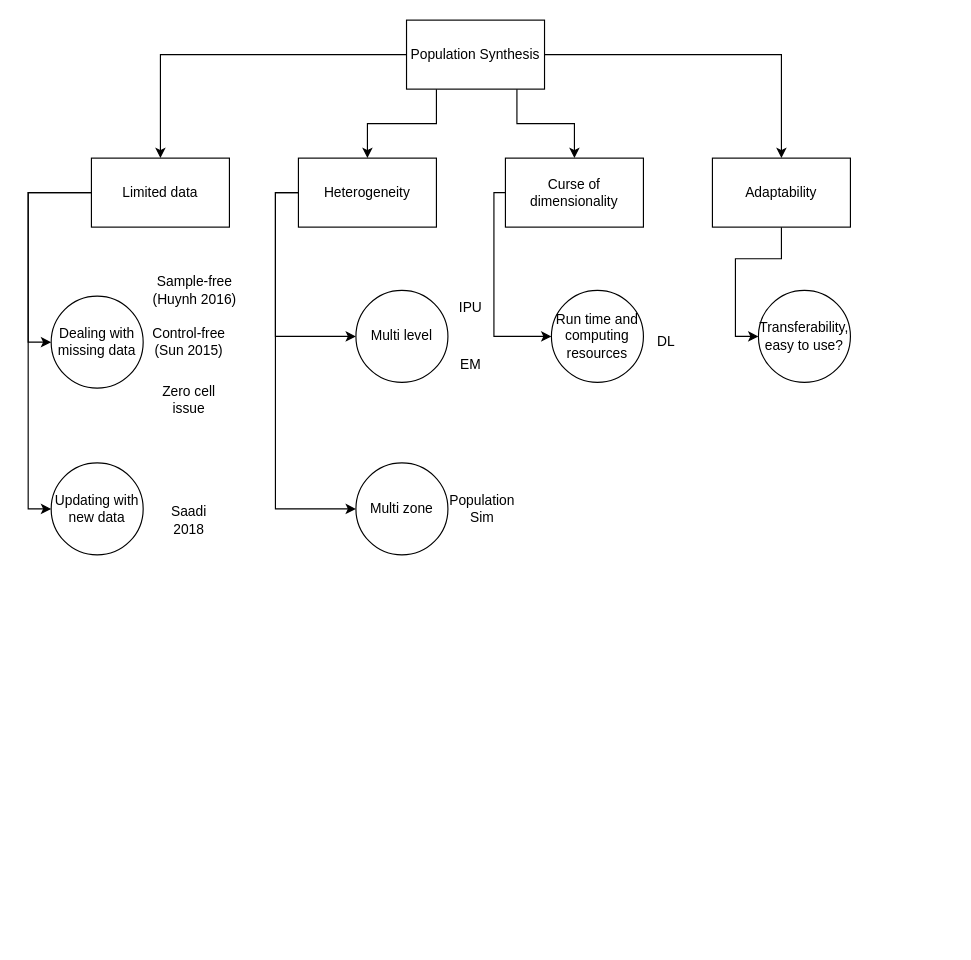
Earlier version of the draw.io diagram simple_BN_learn/Untitled Diagram.drawio (bobkatla/PopSyn_Monash). Source tidied: cells renumbered, new cells numbered last; positions are measured from the earlier drawing's top-left corner, leaving out a move shared by most shapes. Both pictures are drawn from the tidied source at 115%, with x=0, y=0 at pixel (28, 20).
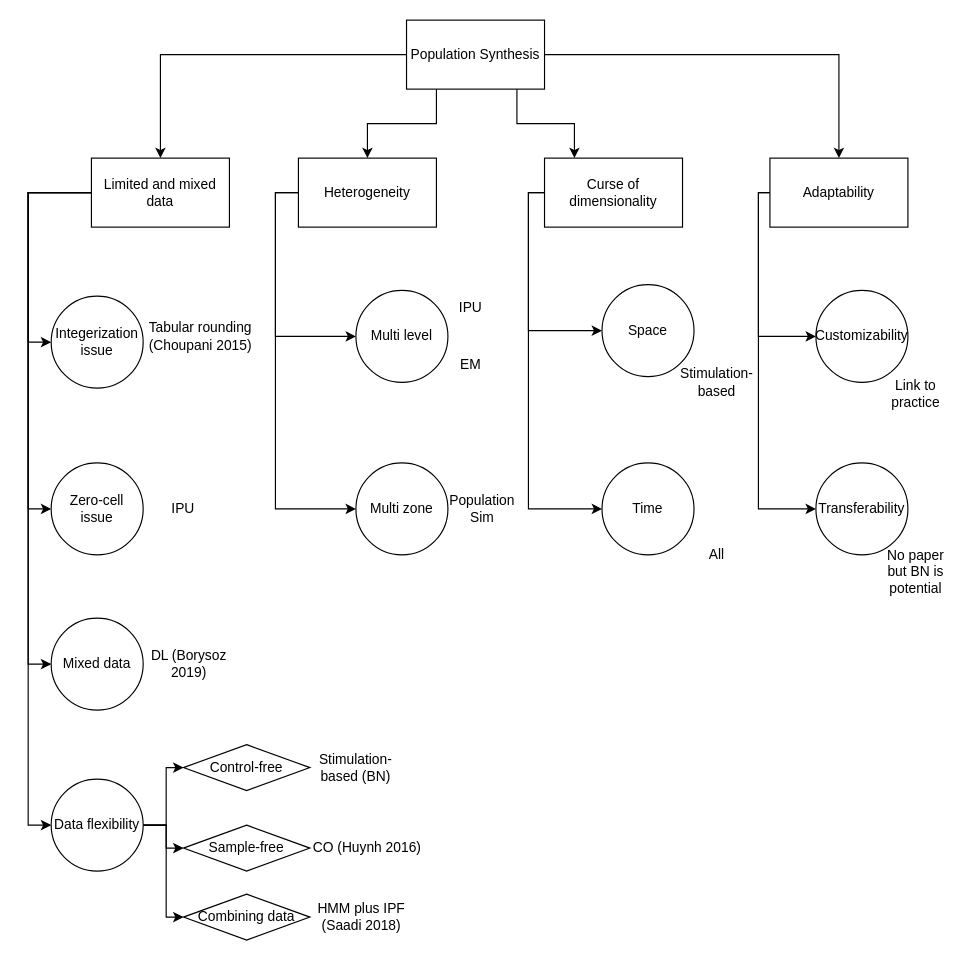
The same diagram, later.

Diff of the diagram source:
```diff
@@
+    <mxCell id="31" style="edgeStyle=orthogonalEdgeStyle;rounded=0;jettySize=auto;html=1;entryX=0;entryY=0.5;entryDx=0;entryDy=0;" parent="1" edge="1" source="9" target="41">
+      <mxGeometry relative="1" as="geometry">
+        <Array as="points">
+          <mxPoint y="150" />
+          <mxPoint y="560" />
+        </Array>
+      </mxGeometry>
+    </mxCell>
+    <mxCell id="32" style="edgeStyle=orthogonalEdgeStyle;rounded=0;jettySize=auto;html=1;entryX=0;entryY=0.5;entryDx=0;entryDy=0;" parent="1" edge="1" source="9" target="40">
+      <mxGeometry relative="1" as="geometry">
+        <Array as="points">
+          <mxPoint y="150" />
+          <mxPoint y="700" />
+        </Array>
+      </mxGeometry>
+    </mxCell>
-    <mxCell id="9" value="Limited data" style="rounded=0;whiteSpace=wrap;html=1;" parent="1" vertex="1">
+    <mxCell id="9" value="Limited and mixed data" style="rounded=0;whiteSpace=wrap;html=1;" parent="1" vertex="1">
       <mxGeometry x="55" y="120" width="120" height="60" as="geometry" />
     </mxCell>
@@
-    <mxCell id="13" style="edgeStyle=orthogonalEdgeStyle;rounded=0;jettySize=auto;html=1;exitX=0;exitY=0.5;exitDx=0;exitDy=0;entryX=0;entryY=0.5;entryDx=0;entryDy=0;" parent="1" edge="1" source="14" target="28">
-      <mxGeometry relative="1" as="geometry">
-        <Array as="points">
-          <mxPoint x="405" y="150" />
-          <mxPoint x="405" y="275" />
-        </Array>
-      </mxGeometry>
-    </mxCell>
+    <mxCell id="33" style="edgeStyle=orthogonalEdgeStyle;rounded=0;jettySize=auto;html=1;exitX=0;exitY=0.5;exitDx=0;exitDy=0;entryX=0;entryY=0.5;entryDx=0;entryDy=0;" parent="1" edge="1" source="14" target="48">
+      <mxGeometry relative="1" as="geometry">
+        <Array as="points">
+          <mxPoint x="435" y="150" />
+          <mxPoint x="435" y="270" />
+        </Array>
+      </mxGeometry>
+    </mxCell>
+    <mxCell id="34" style="edgeStyle=orthogonalEdgeStyle;rounded=0;jettySize=auto;html=1;entryX=0;entryY=0.5;entryDx=0;entryDy=0;" parent="1" edge="1" source="14" target="49">
+      <mxGeometry relative="1" as="geometry">
+        <Array as="points">
+          <mxPoint x="435" y="150" />
+          <mxPoint x="435" y="425" />
+        </Array>
+      </mxGeometry>
+    </mxCell>
     <mxCell id="14" value="Curse of dimensionality" style="rounded=0;whiteSpace=wrap;html=1;" parent="1" vertex="1">
-      <mxGeometry x="415" y="120" width="120" height="60" as="geometry" />
+      <mxGeometry x="449" y="120" width="120" height="60" as="geometry" />
     </mxCell>
     <mxCell id="15" style="edgeStyle=orthogonalEdgeStyle;rounded=0;jettySize=auto;html=1;entryX=0;entryY=0.5;entryDx=0;entryDy=0;" parent="1" edge="1" source="16" target="30">
-      <mxGeometry relative="1" as="geometry" />
+      <mxGeometry relative="1" as="geometry">
+        <Array as="points">
+          <mxPoint x="635" y="150" />
+          <mxPoint x="635" y="275" />
+        </Array>
+      </mxGeometry>
     </mxCell>
+    <mxCell id="35" style="edgeStyle=orthogonalEdgeStyle;rounded=0;jettySize=auto;html=1;entryX=0;entryY=0.5;entryDx=0;entryDy=0;" parent="1" edge="1" source="16" target="36">
+      <mxGeometry relative="1" as="geometry">
+        <Array as="points">
+          <mxPoint x="635" y="150" />
+          <mxPoint x="635" y="425" />
+        </Array>
+      </mxGeometry>
+    </mxCell>
     <mxCell id="16" value="Adaptability" style="rounded=0;whiteSpace=wrap;html=1;" parent="1" vertex="1">
-      <mxGeometry x="595" y="120" width="120" height="60" as="geometry" />
+      <mxGeometry x="645" y="120" width="120" height="60" as="geometry" />
     </mxCell>
-    <mxCell id="17" value="Updating with new data" style="ellipse;whiteSpace=wrap;html=1;" parent="1" vertex="1">
+    <mxCell id="17" value="Zero-cell issue" style="ellipse;whiteSpace=wrap;html=1;" parent="1" vertex="1">
       <mxGeometry x="20" y="385" width="80" height="80" as="geometry" />
     </mxCell>
-    <mxCell id="18" value="Dealing with missing data" style="ellipse;whiteSpace=wrap;html=1;" parent="1" vertex="1">
+    <mxCell id="18" value="Integerization issue" style="ellipse;whiteSpace=wrap;html=1;" parent="1" vertex="1">
       <mxGeometry x="20" y="240" width="80" height="80" as="geometry" />
     </mxCell>
-    <mxCell id="19" value="Sample-free (Huynh 2016)" style="text;html=1;strokeColor=none;fillColor=none;align=center;verticalAlign=middle;whiteSpace=wrap;rounded=0;" parent="1" vertex="1">
-      <mxGeometry x="100" y="220" width="90" height="30" as="geometry" />
+    <mxCell id="19" value="CO (Huynh 2016)" style="text;html=1;strokeColor=none;fillColor=none;align=center;verticalAlign=middle;whiteSpace=wrap;rounded=0;" parent="1" vertex="1">
+      <mxGeometry x="245" y="705" width="100" height="30" as="geometry" />
     </mxCell>
-    <mxCell id="20" value="Control-free&lt;br&gt;(Sun 2015)" style="text;html=1;strokeColor=none;fillColor=none;align=center;verticalAlign=middle;whiteSpace=wrap;rounded=0;" parent="1" vertex="1">
-      <mxGeometry x="100" y="265" width="80" height="30" as="geometry" />
+    <mxCell id="20" value="Stimulation-based (BN)" style="text;html=1;strokeColor=none;fillColor=none;align=center;verticalAlign=middle;whiteSpace=wrap;rounded=0;" parent="1" vertex="1">
+      <mxGeometry x="245" y="635" width="80" height="30" as="geometry" />
     </mxCell>
-    <mxCell id="21" value="Zero cell issue" style="text;html=1;strokeColor=none;fillColor=none;align=center;verticalAlign=middle;whiteSpace=wrap;rounded=0;" parent="1" vertex="1">
-      <mxGeometry x="110" y="315" width="60" height="30" as="geometry" />
-    </mxCell>
-    <mxCell id="22" value="Saadi 2018" style="text;html=1;strokeColor=none;fillColor=none;align=center;verticalAlign=middle;whiteSpace=wrap;rounded=0;" parent="1" vertex="1">
-      <mxGeometry x="110" y="420" width="60" height="30" as="geometry" />
+    <mxCell id="22" value="HMM plus IPF (Saadi 2018)" style="text;html=1;strokeColor=none;fillColor=none;align=center;verticalAlign=middle;whiteSpace=wrap;rounded=0;" parent="1" vertex="1">
+      <mxGeometry x="250" y="765" width="80" height="30" as="geometry" />
     </mxCell>
@@
-    <mxCell id="28" value="Run time and computing resources" style="ellipse;whiteSpace=wrap;html=1;" parent="1" vertex="1">
-      <mxGeometry x="455" y="235" width="80" height="80" as="geometry" />
-    </mxCell>
@@
-    <mxCell id="30" value="Transferability, easy to use?" style="ellipse;whiteSpace=wrap;html=1;" parent="1" vertex="1">
-      <mxGeometry x="635" y="235" width="80" height="80" as="geometry" />
+    <mxCell id="30" value="Customizability" style="ellipse;whiteSpace=wrap;html=1;" parent="1" vertex="1">
+      <mxGeometry x="685" y="235" width="80" height="80" as="geometry" />
     </mxCell>
+    <mxCell id="36" value="Transferability" style="ellipse;whiteSpace=wrap;html=1;" parent="1" vertex="1">
+      <mxGeometry x="685" y="385" width="80" height="80" as="geometry" />
+    </mxCell>
+    <mxCell id="37" style="edgeStyle=orthogonalEdgeStyle;rounded=0;jettySize=auto;html=1;entryX=0;entryY=0.5;entryDx=0;entryDy=0;" parent="1" edge="1" source="40" target="44">
+      <mxGeometry relative="1" as="geometry" />
+    </mxCell>
+    <mxCell id="38" style="edgeStyle=orthogonalEdgeStyle;rounded=0;jettySize=auto;html=1;entryX=0;entryY=0.5;entryDx=0;entryDy=0;" parent="1" edge="1" source="40" target="45">
+      <mxGeometry relative="1" as="geometry" />
+    </mxCell>
+    <mxCell id="39" style="edgeStyle=orthogonalEdgeStyle;rounded=0;jettySize=auto;html=1;entryX=0;entryY=0.5;entryDx=0;entryDy=0;" parent="1" edge="1" source="40" target="46">
+      <mxGeometry relative="1" as="geometry">
+        <Array as="points">
+          <mxPoint x="120" y="700" />
+          <mxPoint x="120" y="780" />
+        </Array>
+      </mxGeometry>
+    </mxCell>
+    <mxCell id="40" value="Data flexibility" style="ellipse;whiteSpace=wrap;html=1;" parent="1" vertex="1">
+      <mxGeometry x="20" y="660" width="80" height="80" as="geometry" />
+    </mxCell>
+    <mxCell id="41" value="Mixed data" style="ellipse;whiteSpace=wrap;html=1;" parent="1" vertex="1">
+      <mxGeometry x="20" y="520" width="80" height="80" as="geometry" />
+    </mxCell>
+    <mxCell id="42" value="Tabular rounding (Choupani 2015)" style="text;html=1;strokeColor=none;fillColor=none;align=center;verticalAlign=middle;whiteSpace=wrap;rounded=0;" parent="1" vertex="1">
+      <mxGeometry x="100" y="260" width="100" height="30" as="geometry" />
+    </mxCell>
+    <mxCell id="43" value="IPU" style="text;html=1;strokeColor=none;fillColor=none;align=center;verticalAlign=middle;whiteSpace=wrap;rounded=0;" parent="1" vertex="1">
+      <mxGeometry x="95" y="410" width="80" height="30" as="geometry" />
+    </mxCell>
+    <mxCell id="44" value="Control-free" style="rhombus;whiteSpace=wrap;html=1;" parent="1" vertex="1">
+      <mxGeometry x="135" y="630" width="110" height="40" as="geometry" />
+    </mxCell>
+    <mxCell id="45" value="Sample-free" style="rhombus;whiteSpace=wrap;html=1;" parent="1" vertex="1">
+      <mxGeometry x="135" y="700" width="110" height="40" as="geometry" />
+    </mxCell>
+    <mxCell id="46" value="Combining data" style="rhombus;whiteSpace=wrap;html=1;" parent="1" vertex="1">
+      <mxGeometry x="135" y="760" width="110" height="40" as="geometry" />
+    </mxCell>
+    <mxCell id="47" value="DL (Borysoz 2019)" style="text;html=1;strokeColor=none;fillColor=none;align=center;verticalAlign=middle;whiteSpace=wrap;rounded=0;" parent="1" vertex="1">
+      <mxGeometry x="105" y="545" width="70" height="30" as="geometry" />
+    </mxCell>
+    <mxCell id="48" value="Space" style="ellipse;whiteSpace=wrap;html=1;" parent="1" vertex="1">
+      <mxGeometry x="499" y="230" width="80" height="80" as="geometry" />
+    </mxCell>
+    <mxCell id="49" value="Time" style="ellipse;whiteSpace=wrap;html=1;" parent="1" vertex="1">
+      <mxGeometry x="499" y="385" width="80" height="80" as="geometry" />
+    </mxCell>
+    <mxCell id="50" value="No paper but BN is potential" style="text;html=1;strokeColor=none;fillColor=none;align=center;verticalAlign=middle;whiteSpace=wrap;rounded=0;" parent="1" vertex="1">
+      <mxGeometry x="742" y="465" width="60" height="30" as="geometry" />
+    </mxCell>
+    <mxCell id="51" value="Link to practice" style="text;html=1;strokeColor=none;fillColor=none;align=center;verticalAlign=middle;whiteSpace=wrap;rounded=0;" parent="1" vertex="1">
+      <mxGeometry x="742" y="310" width="60" height="30" as="geometry" />
+    </mxCell>
+    <mxCell id="52" value="Stimulation-based" style="text;html=1;strokeColor=none;fillColor=none;align=center;verticalAlign=middle;whiteSpace=wrap;rounded=0;" parent="1" vertex="1">
+      <mxGeometry x="569" y="300" width="60" height="30" as="geometry" />
+    </mxCell>
+    <mxCell id="53" value="All" style="text;html=1;strokeColor=none;fillColor=none;align=center;verticalAlign=middle;whiteSpace=wrap;rounded=0;" parent="1" vertex="1">
+      <mxGeometry x="569" y="450" width="60" height="30" as="geometry" />
+    </mxCell>
```
